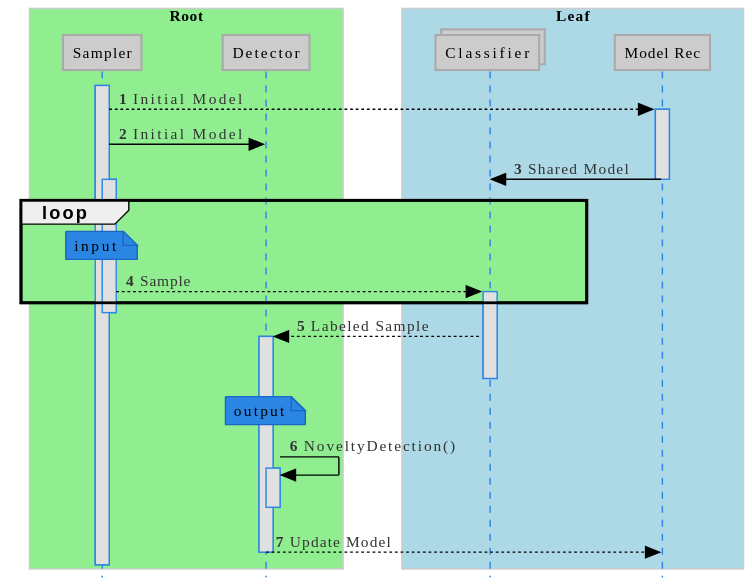
Above: figures/lifecycle.uml.svg in luis-puhl/minas-paralelo-paper (PlantUML), before the change.
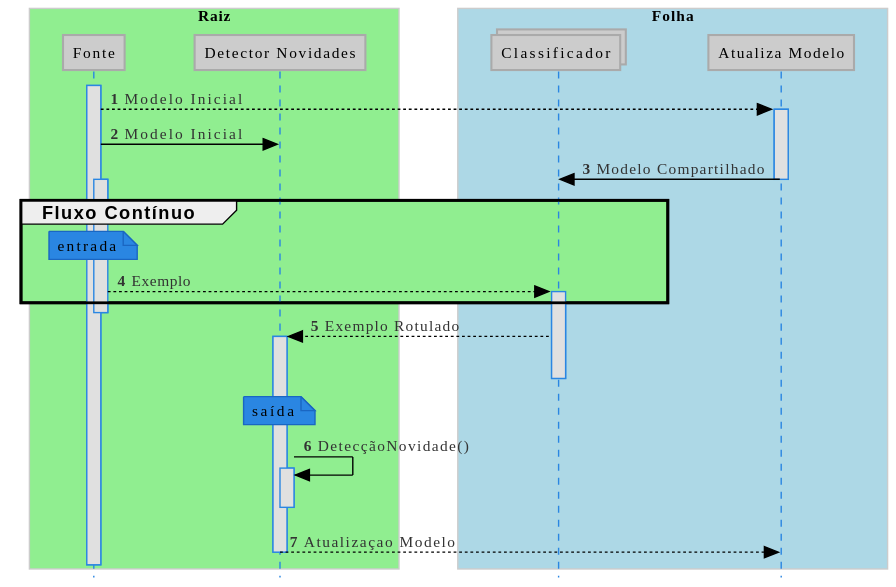
Above is the later version.

Commit message:
[mpi] uml in PT-br

Diff of the diagram source:
```diff
@@ -9,39 +9,39 @@
 skinparam ParticipantPadding 20
 skinparam BoxPadding 20
 
-box "Root" #LightGreen
-participant Sampler as s
-participant Detector as d
+box "Raiz" #LightGreen
+participant Fonte as s
+participant "Detector Novidades" as d
 end box
-box "Leaf" #LightBlue
-collections Classifier as c
-participant "Model Rec" as m
+box "Folha" #LightBlue
+collections Classificador as c
+participant "Atualiza Modelo" as m
 end box
 
 
 
 activate s
-s --> m ++ : Initial Model
-s -> d : Initial Model
-c <- m : Shared Model
+s --> m ++ : Modelo Inicial
+s -> d : Modelo Inicial
+c <- m : Modelo Compartilhado
 deactivate m
 
 skinparam SequenceGroupBodyBackgroundColor #LightGreen
-group loop
+group Fluxo Contínuo
 activate s
-note over s : input
-s --> c ++ : Sample
+note over s : entrada
+s --> c ++ : Exemplo
 end
 deactivate s
 
 
-c --> d ++ : Labeled Sample
+c --> d ++ : Exemplo Rotulado
 deactivate c
-note over d:output
-d -> d : NoveltyDetection()
+note over d:saída
+d -> d : DetecçãoNovidade()
 activate d
 deactivate d
-d --> m : Update Model
+d --> m : Atualizaçao Modelo
 deactivate d
 
 
```
